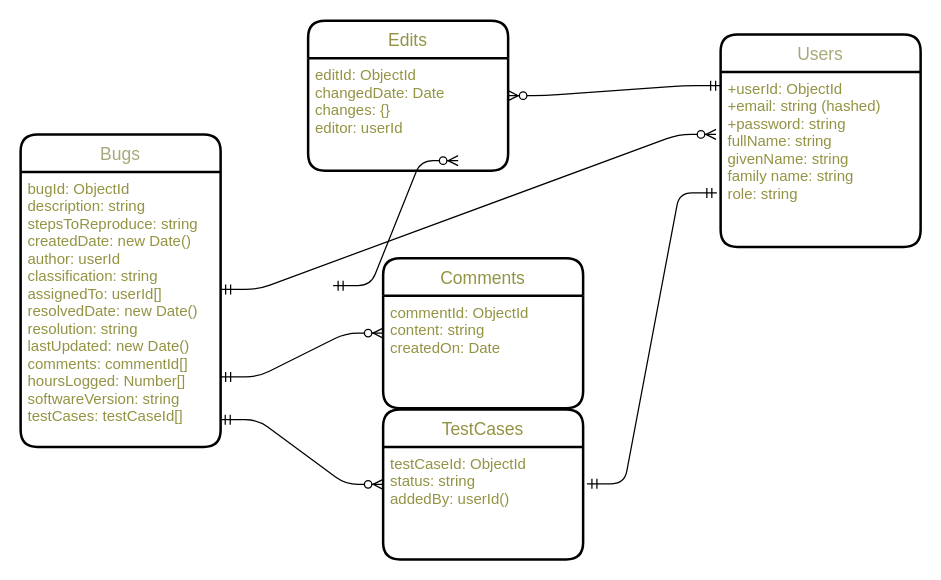
This is Labs/LAB02-02/ERD/erd.drawio from AntoineCrenshaw/Crenshaw-Issue-Tracker, a draw.io file, before an edit. Source tidied: cells renumbered, new cells numbered last; positions are measured from the earlier drawing's top-left corner, leaving out a move shared by most shapes. Both pictures are drawn from the tidied source at 125%, with x=0, y=0 at pixel (20, 20).
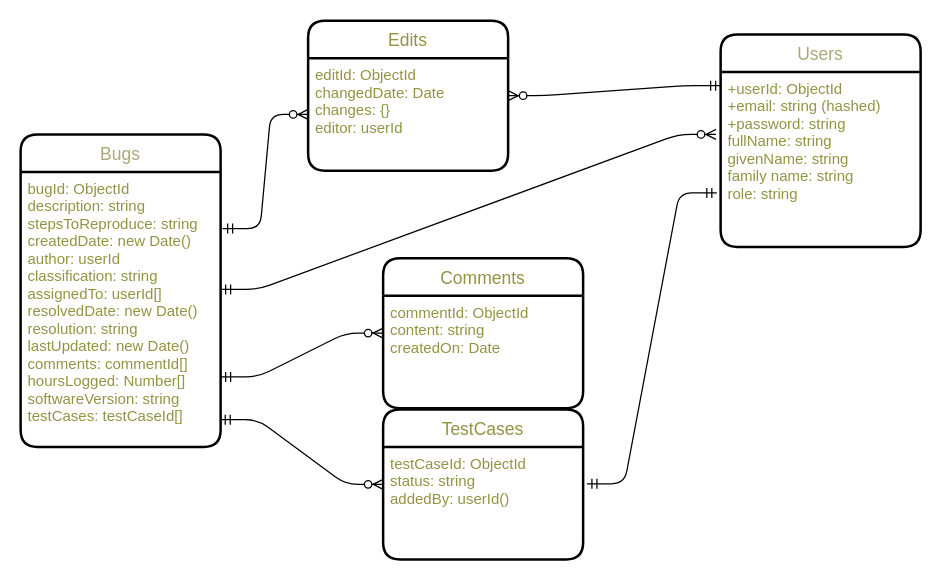
The same page after the edit.

Unchanged cells that the change refers to:
```xml
<mxCell id="5" value="bugId: ObjectId&#10;description: string&#10;stepsToReproduce: string&#10;createdDate: new Date()&#10;author: userId&#10;classification: string&#10;assignedTo: userId[]&#10;resolvedDate: new Date()&#10;resolution: string&#10;lastUpdated: new Date()&#10;comments: commentId[]&#10;hoursLogged: Number[]&#10;softwareVersion: string&#10;testCases: testCaseId[]&#10;" style="align=left;strokeColor=none;fillColor=none;spacingLeft=4;fontSize=12;verticalAlign=top;rounded=0;glass=0;fontColor=#939343;" parent="4" vertex="1">
  <mxGeometry y="30" width="160" height="220" as="geometry" />
</mxCell>
<mxCell id="15" value="editId: ObjectId&#10;changedDate: Date&#10;changes: {}&#10;editor: userId&#10;" style="align=left;strokeColor=none;fillColor=none;spacingLeft=4;fontSize=12;verticalAlign=top;rounded=0;glass=0;fontColor=#939343;" parent="14" vertex="1">
  <mxGeometry y="30" width="160" height="90" as="geometry" />
</mxCell>
```

The edit, as a diff of the source:
```diff
@@
-    <mxCell id="17" style="edgeStyle=entityRelationEdgeStyle;fontSize=12;html=1;endArrow=ERzeroToMany;startArrow=ERmandOne;fontColor=#939343;" parent="1" edge="1">
-      <mxGeometry relative="1" as="geometry">
-        <mxPoint x="250" y="212" as="sourcePoint" />
-        <mxPoint x="350" y="112" as="targetPoint" />
-      </mxGeometry>
+    <mxCell id="17" style="edgeStyle=entityRelationEdgeStyle;fontSize=12;html=1;endArrow=ERzeroToMany;startArrow=ERmandOne;fontColor=#939343;entryX=0;entryY=0.5;entryDx=0;entryDy=0;exitX=1.01;exitY=0.206;exitDx=0;exitDy=0;exitPerimeter=0;" parent="1" edge="1" source="5" target="15">
+      <mxGeometry relative="1" as="geometry" />
     </mxCell>
```
